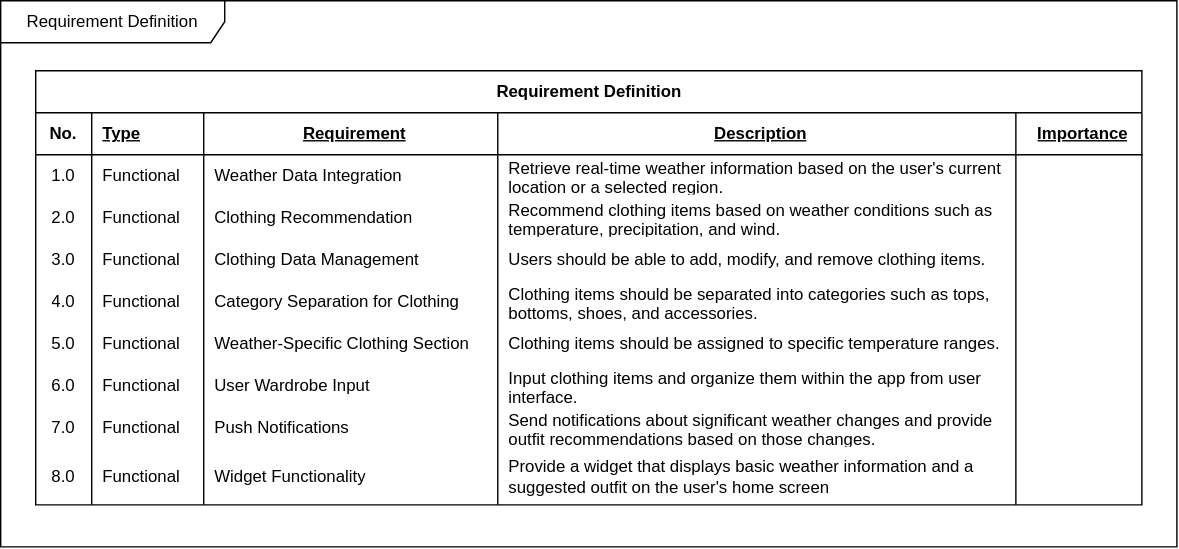
Earlier version of the draw.io export Document/RequirementDefinition.svg (cjungwo/Weadinator). Source tidied: cells renumbered, new cells last; positions are measured from the earlier drawing's top-left corner, leaving out a move shared by most shapes.
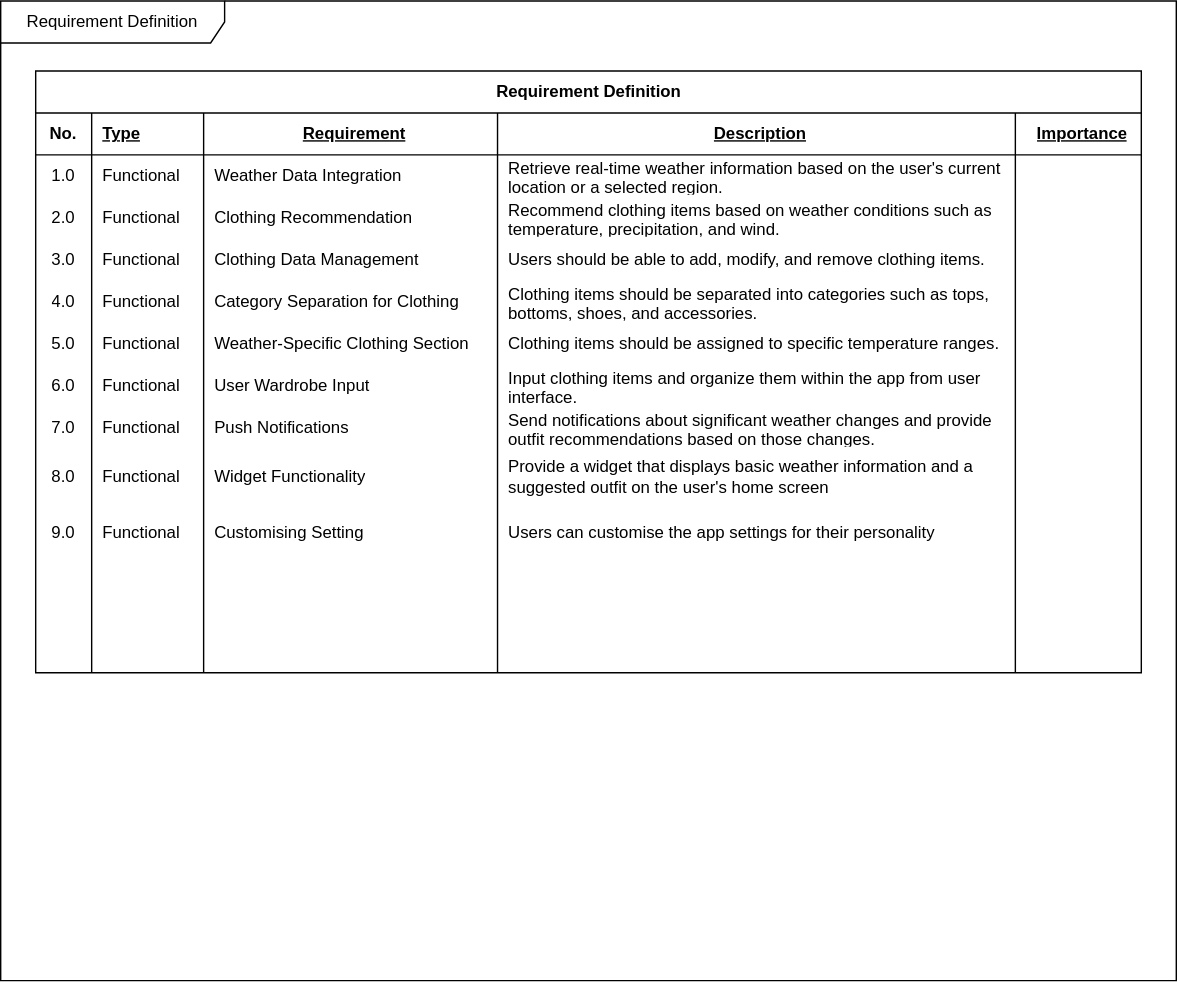
The same file after the commit.

Commit message:
#3 - Update to add customising setting requirement in RequirementDefinition

Diff of the diagram source:
```diff
@@ -3,10 +3,10 @@
     <mxCell id="0" />
     <mxCell id="1" parent="0" />
     <mxCell id="2" value="Requirement Definition" style="shape=umlFrame;whiteSpace=wrap;html=1;width=160;height=30;" parent="1" vertex="1">
-      <mxGeometry width="840" height="390" as="geometry" />
+      <mxGeometry width="840" height="700" as="geometry" />
     </mxCell>
     <mxCell id="3" value="Requirement Definition" style="shape=table;startSize=30;rowLines=0;fontStyle=1;align=center;html=1;" parent="2" vertex="1">
-      <mxGeometry x="25" y="50" width="790" height="310" as="geometry" />
+      <mxGeometry x="25" y="50" width="790" height="430" as="geometry" />
     </mxCell>
     <mxCell id="4" style="shape=tableRow;horizontal=0;startSize=0;swimlaneHead=0;swimlaneBody=0;fillColor=none;top=0;left=0;right=0;bottom=1;" parent="3" vertex="1">
       <mxGeometry y="30" width="790" height="30" as="geometry" />
@@ -170,5 +170,59 @@
     <mxCell id="57" style="shape=partialRectangle;fillColor=none;top=0;left=0;bottom=0;right=0;align=left;spacingLeft=6;overflow=hidden;whiteSpace=wrap;html=1;" parent="52" vertex="1">
       <mxGeometry x="700" width="90" height="40" as="geometry" />
     </mxCell>
+    <mxCell id="58" style="shape=tableRow;horizontal=0;startSize=0;swimlaneHead=0;swimlaneBody=0;fillColor=none;top=0;left=0;right=0;bottom=0;" parent="3" vertex="1">
+      <mxGeometry y="310" width="790" height="40" as="geometry" />
+    </mxCell>
+    <mxCell id="59" value="9.0" style="shape=partialRectangle;fillColor=none;top=0;left=0;bottom=0;right=0;overflow=hidden;whiteSpace=wrap;html=1;" parent="58" vertex="1">
+      <mxGeometry width="40" height="40" as="geometry" />
+    </mxCell>
+    <mxCell id="60" value="Functional" style="shape=partialRectangle;fillColor=none;top=0;left=0;bottom=0;right=0;align=left;spacingLeft=6;overflow=hidden;whiteSpace=wrap;html=1;" parent="58" vertex="1">
+      <mxGeometry x="40" width="80" height="40" as="geometry" />
+    </mxCell>
+    <mxCell id="61" value="Customising Setting&amp;nbsp;" style="shape=partialRectangle;fillColor=none;top=0;left=0;bottom=0;right=0;align=left;spacingLeft=6;overflow=hidden;whiteSpace=wrap;html=1;" parent="58" vertex="1">
+      <mxGeometry x="120" width="210" height="40" as="geometry" />
+    </mxCell>
+    <mxCell id="62" value="Users can customise the app settings for their personality" style="shape=partialRectangle;fillColor=none;top=0;left=0;bottom=0;right=0;align=left;spacingLeft=6;overflow=hidden;whiteSpace=wrap;html=1;" parent="58" vertex="1">
+      <mxGeometry x="330" width="370" height="40" as="geometry" />
+    </mxCell>
+    <mxCell id="63" style="shape=partialRectangle;fillColor=none;top=0;left=0;bottom=0;right=0;align=left;spacingLeft=6;overflow=hidden;whiteSpace=wrap;html=1;" parent="58" vertex="1">
+      <mxGeometry x="700" width="90" height="40" as="geometry" />
+    </mxCell>
+    <mxCell id="64" style="shape=tableRow;horizontal=0;startSize=0;swimlaneHead=0;swimlaneBody=0;fillColor=none;top=0;left=0;right=0;bottom=0;" parent="3" vertex="1">
+      <mxGeometry y="350" width="790" height="40" as="geometry" />
+    </mxCell>
+    <mxCell id="65" style="shape=partialRectangle;fillColor=none;top=0;left=0;bottom=0;right=0;overflow=hidden;whiteSpace=wrap;html=1;" parent="64" vertex="1">
+      <mxGeometry width="40" height="40" as="geometry" />
+    </mxCell>
+    <mxCell id="66" style="shape=partialRectangle;fillColor=none;top=0;left=0;bottom=0;right=0;align=left;spacingLeft=6;overflow=hidden;whiteSpace=wrap;html=1;" parent="64" vertex="1">
+      <mxGeometry x="40" width="80" height="40" as="geometry" />
+    </mxCell>
+    <mxCell id="67" style="shape=partialRectangle;fillColor=none;top=0;left=0;bottom=0;right=0;align=left;spacingLeft=6;overflow=hidden;whiteSpace=wrap;html=1;" parent="64" vertex="1">
+      <mxGeometry x="120" width="210" height="40" as="geometry" />
+    </mxCell>
+    <mxCell id="68" style="shape=partialRectangle;fillColor=none;top=0;left=0;bottom=0;right=0;align=left;spacingLeft=6;overflow=hidden;whiteSpace=wrap;html=1;" parent="64" vertex="1">
+      <mxGeometry x="330" width="370" height="40" as="geometry" />
+    </mxCell>
+    <mxCell id="69" style="shape=partialRectangle;fillColor=none;top=0;left=0;bottom=0;right=0;align=left;spacingLeft=6;overflow=hidden;whiteSpace=wrap;html=1;" parent="64" vertex="1">
+      <mxGeometry x="700" width="90" height="40" as="geometry" />
+    </mxCell>
+    <mxCell id="70" style="shape=tableRow;horizontal=0;startSize=0;swimlaneHead=0;swimlaneBody=0;fillColor=none;top=0;left=0;right=0;bottom=0;" parent="3" vertex="1">
+      <mxGeometry y="390" width="790" height="40" as="geometry" />
+    </mxCell>
+    <mxCell id="71" style="shape=partialRectangle;fillColor=none;top=0;left=0;bottom=0;right=0;overflow=hidden;whiteSpace=wrap;html=1;" parent="70" vertex="1">
+      <mxGeometry width="40" height="40" as="geometry" />
+    </mxCell>
+    <mxCell id="72" style="shape=partialRectangle;fillColor=none;top=0;left=0;bottom=0;right=0;align=left;spacingLeft=6;overflow=hidden;whiteSpace=wrap;html=1;" parent="70" vertex="1">
+      <mxGeometry x="40" width="80" height="40" as="geometry" />
+    </mxCell>
+    <mxCell id="73" style="shape=partialRectangle;fillColor=none;top=0;left=0;bottom=0;right=0;align=left;spacingLeft=6;overflow=hidden;whiteSpace=wrap;html=1;" parent="70" vertex="1">
+      <mxGeometry x="120" width="210" height="40" as="geometry" />
+    </mxCell>
+    <mxCell id="74" style="shape=partialRectangle;fillColor=none;top=0;left=0;bottom=0;right=0;align=left;spacingLeft=6;overflow=hidden;whiteSpace=wrap;html=1;" parent="70" vertex="1">
+      <mxGeometry x="330" width="370" height="40" as="geometry" />
+    </mxCell>
+    <mxCell id="75" style="shape=partialRectangle;fillColor=none;top=0;left=0;bottom=0;right=0;align=left;spacingLeft=6;overflow=hidden;whiteSpace=wrap;html=1;" parent="70" vertex="1">
+      <mxGeometry x="700" width="90" height="40" as="geometry" />
+    </mxCell>
   </root>
 </mxGraphModel>
```
